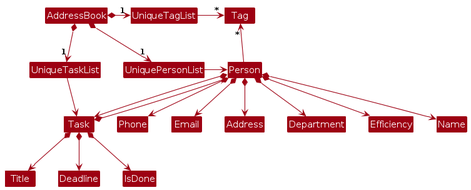
AY2324S2-CS2103T-T14-1/tp keeps this PlantUML diagram as diagrams/BetterModelClassDiagram.png. Above is the earlier version. Its source is kept beside it as diagrams/BetterModelClassDiagram.puml.
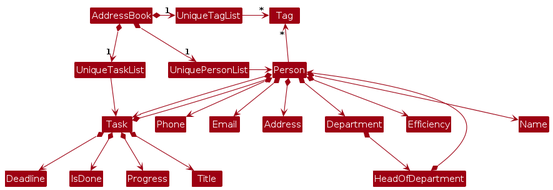
After the change.

What changed in the source:
```diff
@@ -28,4 +28,9 @@
 Task *--> Deadline
 Task *--> Person
 Task *--> IsDone
+Task *--> Progress
+
+Department *--> HeadOfDepartment
+
+HeadOfDepartment *--> Person
 @enduml
```
